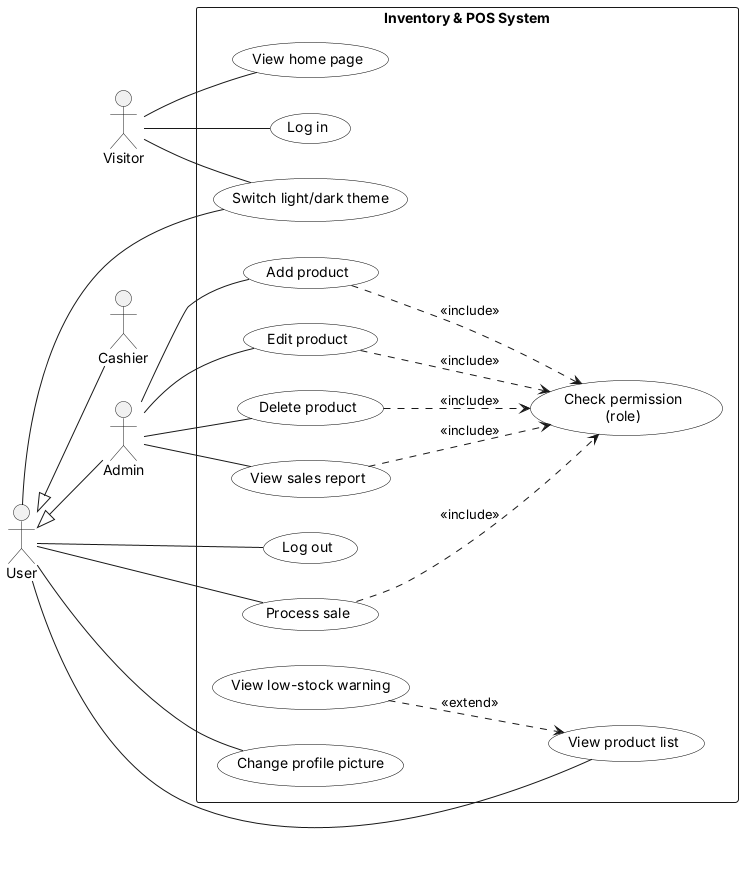
JmlAsync/inventory-pos-system keeps this PlantUML diagram as diagrams/use_case_diagram_draft.png. Above is the earlier version.
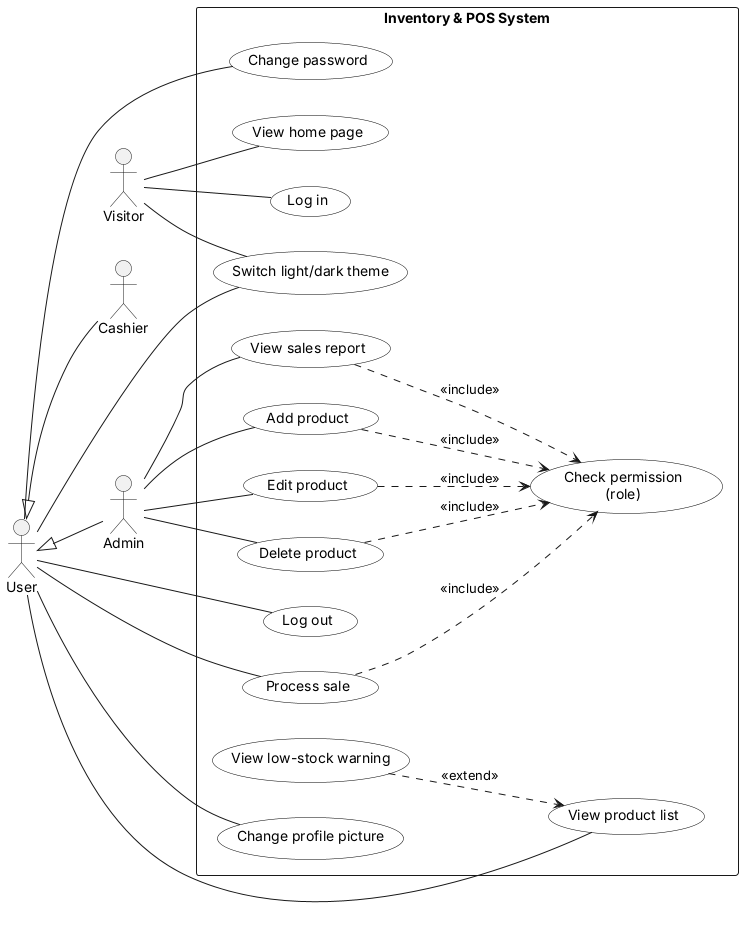
Later version of the same file.

What changed in the source:
```diff
@@ -29,6 +29,7 @@
   usecase "View sales report" as UC10
   usecase "Change profile picture" as UC11
   usecase "Switch light/dark theme" as UC12
+  usecase "Change password" as UC13
 }
 
 Visitor -- UC01
@@ -40,6 +41,7 @@
 User -- UC08
 User -- UC11
 User -- UC12
+User -- UC13
 
 Admin -- UC05
 Admin -- UC06
```
